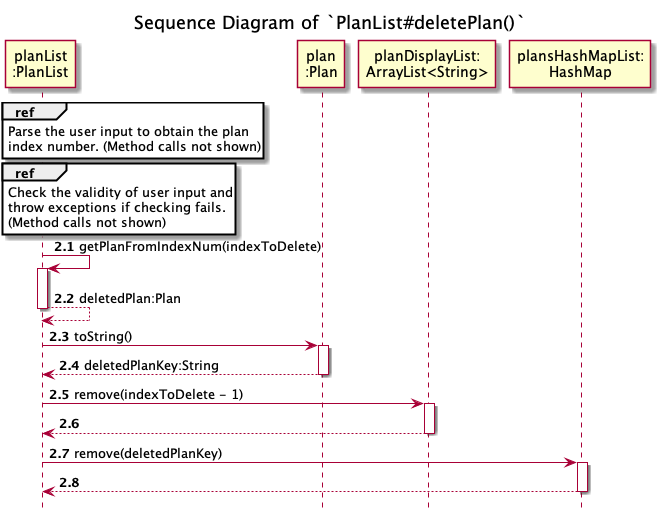
This is docs/uml/sequenceDiagrams/plans/images/deletePlan-Part2.png from nus-cs2113-AY2122S2/tp, a PlantUML export, as it was before one commit.
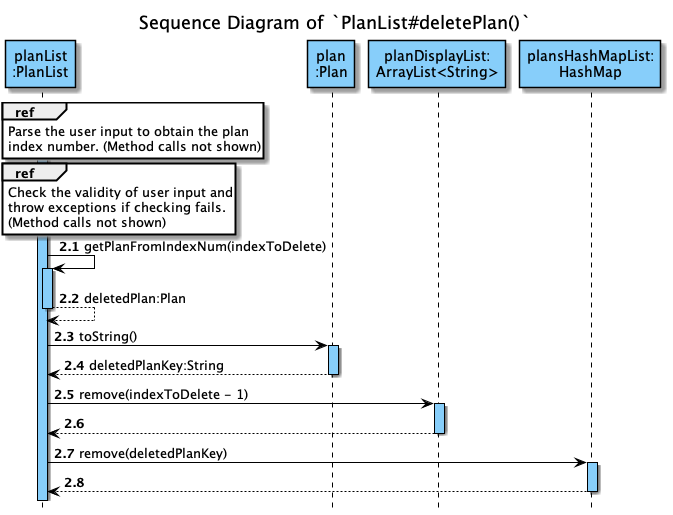
The same file after the commit.

Commit message:
Color sequence diagram and standardize the arrow color to black

Diff of the diagram source:
```diff
@@ -2,6 +2,9 @@
 !include ../../Style.puml
 
 autonumber 2.1
+
+skinparam participantBackgroundColor COLOR_LOGIC
+skinparam sequenceLifelineBackgroundColor COLOR_LOGIC
 
 title Sequence Diagram of `PlanList#deletePlan()`
 hide footbox
@@ -9,6 +12,7 @@
 participant "planList\n:PlanList" AS pl
 participant "plan\n:Plan" AS Plan
 
+activate pl
 ref over pl
 Parse the user input to obtain the plan
 index number. (Method calls not shown)
@@ -29,7 +33,7 @@
 return deletedPlanKey:String
 
 pl -> "planDisplayList:\nArrayList<String>" :remove(indexToDelete - 1)
-activate "planDisplayList:\nArrayList<String>"
+activate "planDisplayList:\nArrayList<String>" COLOR_LOGIC
 return
 
 pl -> "plansHashMapList:\nHashMap" :remove(deletedPlanKey)
```
